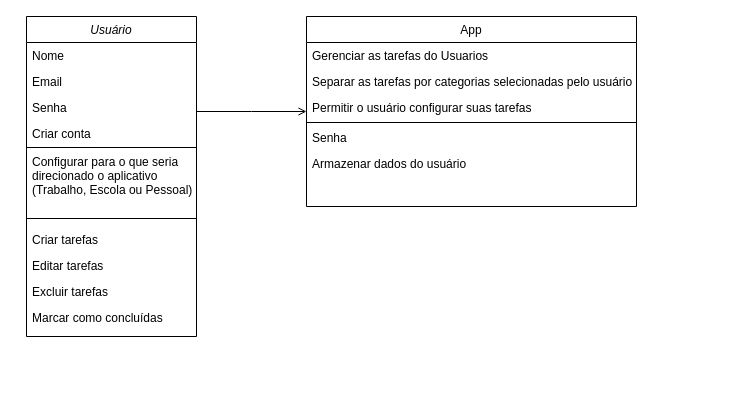
Before: Diagrama sem nome.drawio in Lotharzin/Sistema-de-gerenciamento-de-tarefas, a draw.io diagram. Source tidied: cells renumbered, new cells numbered last; positions are measured from the earlier drawing's top-left corner, leaving out a move shared by most shapes. Both pictures are drawn from the tidied source at 100%, with x=0, y=0 at pixel (26, 16).
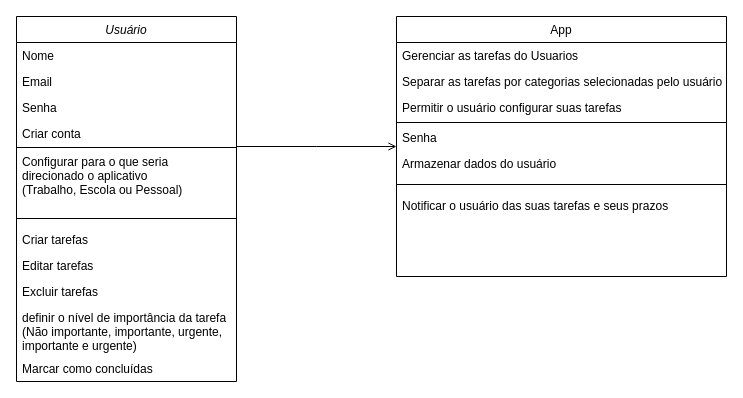
The same diagram, later.

The edit, as a diff of the source:
```diff
@@
     <mxCell id="2" value="Usuário" style="swimlane;fontStyle=2;align=center;verticalAlign=top;horizontal=1;startSize=26;rounded=0;shadow=0;strokeWidth=1;" parent="1" vertex="1">
-      <mxGeometry width="170" height="320" as="geometry" />
+      <mxGeometry x="-10" width="220" height="365" as="geometry" />
     </mxCell>
     <mxCell id="3" value="Nome" style="text;align=left;verticalAlign=top;spacingLeft=4;spacingRight=4;overflow=hidden;" parent="2" vertex="1">
-      <mxGeometry y="26" width="170" height="26" as="geometry" />
+      <mxGeometry y="26" width="220" height="26" as="geometry" />
     </mxCell>
     <mxCell id="4" value="Email" style="text;align=left;verticalAlign=top;spacingLeft=4;spacingRight=4;overflow=hidden;rounded=0;shadow=0;html=0;" parent="2" vertex="1">
-      <mxGeometry y="52" width="170" height="26" as="geometry" />
+      <mxGeometry y="52" width="220" height="26" as="geometry" />
     </mxCell>
     <mxCell id="5" value="Senha" style="text;align=left;verticalAlign=top;spacingLeft=4;spacingRight=4;overflow=hidden;rounded=0;shadow=0;html=0;" parent="2" vertex="1">
-      <mxGeometry y="78" width="170" height="26" as="geometry" />
+      <mxGeometry y="78" width="220" height="26" as="geometry" />
     </mxCell>
     <mxCell id="6" value="Criar conta" style="text;align=left;verticalAlign=top;spacingLeft=4;spacingRight=4;overflow=hidden;rounded=0;shadow=0;html=0;" parent="2" vertex="1">
-      <mxGeometry y="104" width="170" height="26" as="geometry" />
+      <mxGeometry y="104" width="220" height="26" as="geometry" />
     </mxCell>
     <mxCell id="7" style="line;html=1;strokeWidth=1;align=left;verticalAlign=middle;spacingTop=-1;spacingLeft=3;spacingRight=3;labelPosition=right;" parent="2" vertex="1">
-      <mxGeometry y="130" width="170" height="2" as="geometry" />
+      <mxGeometry y="130" width="220" height="2" as="geometry" />
     </mxCell>
     <mxCell id="8" value="Configurar para o que seria&#10;direcionado o aplicativo&#10;(Trabalho, Escola ou Pessoal)" style="text;align=left;verticalAlign=top;spacingLeft=4;spacingRight=4;overflow=hidden;rounded=0;shadow=0;html=0;" parent="2" vertex="1">
-      <mxGeometry y="132" width="170" height="62" as="geometry" />
+      <mxGeometry y="132" width="220" height="62" as="geometry" />
     </mxCell>
     <mxCell id="9" style="line;html=1;strokeWidth=1;align=left;verticalAlign=middle;spacingTop=-1;spacingLeft=3;spacingRight=3;labelPosition=right;" parent="2" vertex="1">
-      <mxGeometry y="194" width="170" height="16" as="geometry" />
+      <mxGeometry y="194" width="220" height="16" as="geometry" />
     </mxCell>
     <mxCell id="10" value="Criar tarefas" style="text;align=left;verticalAlign=top;spacingLeft=4;spacingRight=4;overflow=hidden;rounded=0;shadow=0;html=0;" parent="2" vertex="1">
-      <mxGeometry y="210" width="170" height="26" as="geometry" />
+      <mxGeometry y="210" width="220" height="26" as="geometry" />
     </mxCell>
     <mxCell id="11" value="Editar tarefas" style="text;align=left;verticalAlign=top;spacingLeft=4;spacingRight=4;overflow=hidden;rounded=0;shadow=0;html=0;" parent="2" vertex="1">
-      <mxGeometry y="236" width="170" height="26" as="geometry" />
+      <mxGeometry y="236" width="220" height="26" as="geometry" />
     </mxCell>
     <mxCell id="12" value="Excluir tarefas" style="text;align=left;verticalAlign=top;spacingLeft=4;spacingRight=4;overflow=hidden;rounded=0;shadow=0;html=0;" parent="2" vertex="1">
-      <mxGeometry y="262" width="170" height="26" as="geometry" />
+      <mxGeometry y="262" width="220" height="26" as="geometry" />
     </mxCell>
+    <mxCell id="22" value="definir o nível de importância da tarefa&#10;(Não importante, importante, urgente, &#10;importante e urgente) " style="text;align=left;verticalAlign=top;spacingLeft=4;spacingRight=4;overflow=hidden;rounded=0;shadow=0;html=0;" parent="2" vertex="1">
+      <mxGeometry y="288" width="220" height="51" as="geometry" />
+    </mxCell>
     <mxCell id="13" value="Marcar como concluídas" style="text;align=left;verticalAlign=top;spacingLeft=4;spacingRight=4;overflow=hidden;rounded=0;shadow=0;html=0;" parent="2" vertex="1">
-      <mxGeometry y="288" width="170" height="26" as="geometry" />
+      <mxGeometry y="339" width="220" height="26" as="geometry" />
     </mxCell>
     <mxCell id="14" value="App" style="swimlane;fontStyle=0;align=center;verticalAlign=top;horizontal=1;startSize=26;rounded=0;shadow=0;strokeWidth=1;" parent="1" vertex="1">
-      <mxGeometry x="280" width="330" height="190" as="geometry" />
+      <mxGeometry x="370" width="330" height="260" as="geometry" />
     </mxCell>
@@
+    <mxCell id="23" style="line;html=1;strokeWidth=1;align=left;verticalAlign=middle;spacingTop=-1;spacingLeft=3;spacingRight=3;labelPosition=right;" parent="14" vertex="1">
+      <mxGeometry y="160" width="330" height="16" as="geometry" />
+    </mxCell>
+    <mxCell id="24" value="Notificar o usuário das suas tarefas e seus prazos" style="text;align=left;verticalAlign=top;spacingLeft=4;spacingRight=4;overflow=hidden;rounded=0;shadow=0;html=0;" parent="14" vertex="1">
+      <mxGeometry y="176" width="330" height="26" as="geometry" />
+    </mxCell>
```
